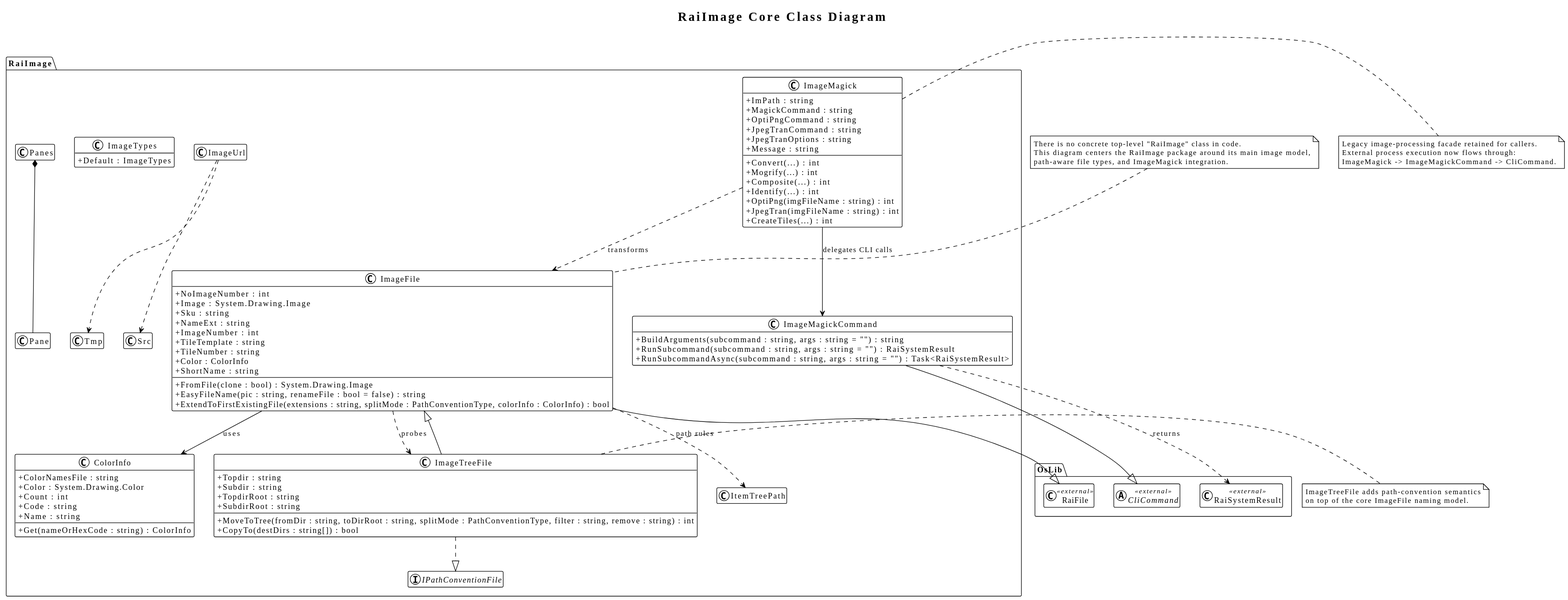
Earlier version of the PlantUML export RaiImageCD.svg (Burkhardt/RaiImage).
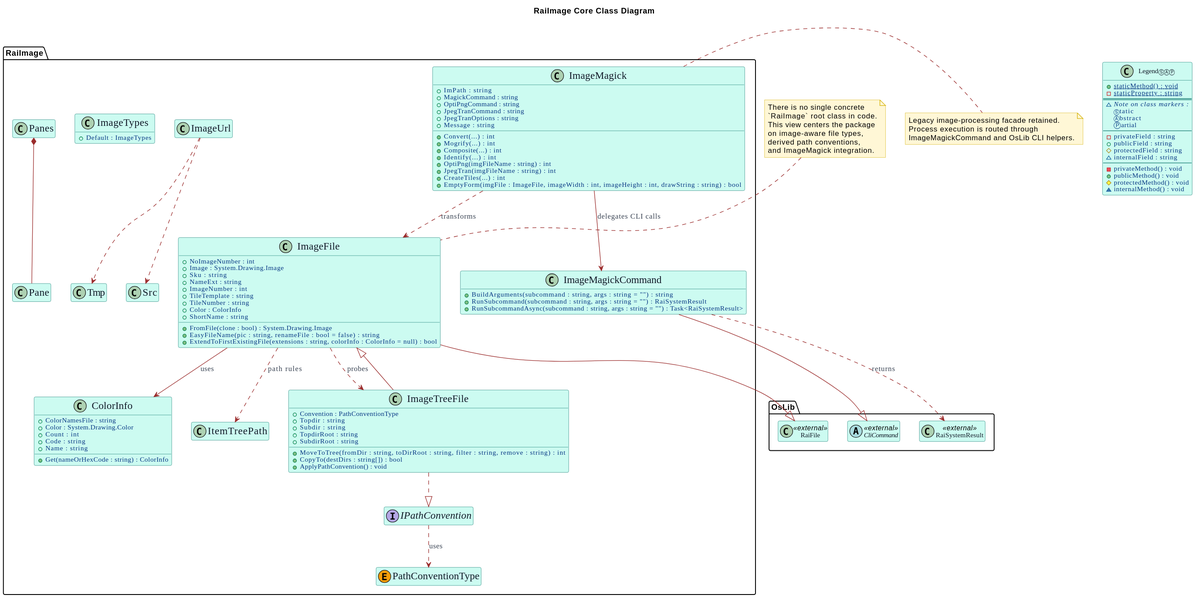
Above is the later version.

Commit message:
fix: stabilize ImageMagick temp-path handling and tests

Change to the diagram source:
```diff
@@ -1,12 +1,38 @@
 @startuml
-!theme plain
-skinparam classAttributeIconSize 0
-hide empty members
 
 title RaiImage Core Class Diagram
 
+skinparam backgroundColor white
+skinparam shadowing false
+skinparam DiagramFontName "Casual"
+skinparam DiagramFontSize 36
+skinparam ClassFontName "Casual"
+skinparam ClassFontSize 36
+skinparam ClassAttributeIconSize 10
+skinparam ClassAttributeFontName Casual
+skinparam ClassAttributeFontColor #053583
+skinparam ClassAttributeFontWeight normal
+skinparam ClassAttributeFontSize 12
+skinparam ClassMethodFontName "Casual"
+skinparam ClassMethodFontSize 12
+skinparam ClassMethodFontWeight 500
+skinparam ClassAttributeFontStyle normal
+skinparam ClassBorderColor #0f766e
+skinparam ClassBackgroundColor #ccfbf1
+skinparam ClassFontColor #111827
+skinparam EnumBorderColor #b45309
+skinparam EnumBackgroundColor #fef3c7
+skinparam EnumFontColor #7c2d12
+skinparam NoteBackgroundColor #fff7d6
+skinparam NoteBorderColor #d4b106
+skinparam ArrowColor #9b2c2c
+skinparam ArrowFontColor #374151
+skinparam ArrowFontName "Casual"
+
+hide empty members
+
 package "RaiImage" {
-	class ImageFile {
+	class "<size:18>ImageFile</size>" as ImageFile {
 		+NoImageNumber : int
 		+Image : System.Drawing.Image
 		+Sku : string
@@ -18,19 +44,21 @@
 		+ShortName : string
 		+FromFile(clone : bool) : System.Drawing.Image
 		+EasyFileName(pic : string, renameFile : bool = false) : string
-		+ExtendToFirstExistingFile(extensions : string, splitMode : PathConventionType, colorInfo : ColorInfo) : bool
+		+ExtendToFirstExistingFile(extensions : string, colorInfo : ColorInfo = null) : bool
 	}
 
-	class ImageTreeFile {
+	class "<size:18>ImageTreeFile</size>" as ImageTreeFile {
+		+Convention : PathConventionType
 		+Topdir : string
 		+Subdir : string
 		+TopdirRoot : string
 		+SubdirRoot : string
-		+MoveToTree(fromDir : string, toDirRoot : string, splitMode : PathConventionType, filter : string, remove : string) : int
+		+MoveToTree(fromDir : string, toDirRoot : string, filter : string, remove : string) : int
 		+CopyTo(destDirs : string[]) : bool
+		+ApplyPathConvention() : void
 	}
 
-	class ImageMagick {
+	class "<size:18>ImageMagick</size>" as ImageMagick {
 		+ImPath : string
 		+MagickCommand : string
 		+OptiPngCommand : string
@@ -44,15 +72,16 @@
 		+OptiPng(imgFileName : string) : int
 		+JpegTran(imgFileName : string) : int
 		+CreateTiles(...) : int
+		+EmptyForm(imgFile : ImageFile, imageWidth : int, imageHeight : int, drawString : string) : bool
 	}
 
-	class ImageMagickCommand {
+	class "<size:18>ImageMagickCommand</size>" as ImageMagickCommand {
 		+BuildArguments(subcommand : string, args : string = "") : string
 		+RunSubcommand(subcommand : string, args : string = "") : RaiSystemResult
 		+RunSubcommandAsync(subcommand : string, args : string = "") : Task<RaiSystemResult>
 	}
 
-	class ColorInfo {
+	class "<size:18>ColorInfo</size>" as ColorInfo {
 		+ColorNamesFile : string
 		+Color : System.Drawing.Color
 		+Count : int
@@ -61,28 +90,29 @@
 		+Get(nameOrHexCode : string) : ColorInfo
 	}
 
-	class ImageTypes {
+	class "<size:18>ImageTypes</size>" as ImageTypes {
 		+Default : ImageTypes
 	}
 
-	class Pane
-	class Panes
-	class Src
-	class Tmp
-	class ImageUrl
-	class ItemTreePath
-	interface IPathConventionFile
+	class "<size:18>Pane</size>" as Pane
+	class "<size:18>Panes</size>" as Panes
+	class "<size:18>Src</size>" as Src
+	class "<size:18>Tmp</size>" as Tmp
+	class "<size:18>ImageUrl</size>" as ImageUrl
+	class "<size:18>ItemTreePath</size>" as ItemTreePath
+	interface "<size:18>IPathConvention</size>" as IPathConvention
+	enum "<size:18>PathConventionType</size>" as PathConventionType << (E,#f59e0b) >>
 }
 
 package "OsLib" {
-	class RaiFile <<external>>
-	abstract class CliCommand <<external>>
-	class RaiSystemResult <<external>>
+	class "RaiFile" as RaiFile <<external>>
+	abstract class "CliCommand" as CliCommand <<external>>
+	class "RaiSystemResult" as RaiSystemResult <<external>>
 }
 
 ImageFile --|> RaiFile
 ImageTreeFile --|> ImageFile
-ImageTreeFile ..|> IPathConventionFile
+ImageTreeFile ..|> IPathConvention
 
 ImageFile --> ColorInfo : uses
 ImageFile ..> ImageTreeFile : probes
@@ -96,21 +126,40 @@
 ImageUrl ..> Src
 ImageUrl ..> Tmp
 Panes *-- Pane
+IPathConvention ..> PathConventionType : uses
+
+class "Legend<size:10>ⓈⒶⓅ</size>" as LegendSample {
+	+{static} staticMethod() : void
+	-{static} staticProperty : string
+	==
+	~<i>Note on class markers :</i>
+	<size:10>Ⓢ</size>tatic
+	<size:10>Ⓐ</size>bstract
+	Ⓟartial
+	--
+	- privateField : string
+	+ publicField : string
+	# protectedField : string
+	~ internalField : string
+	--
+	- privateMethod() : void
+	+ publicMethod() : void
+	# protectedMethod() : void
+	~ internalMethod() : void
+}
 
 note top of ImageFile
-	There is no concrete top-level "RaiImage" class in code.
-	This diagram centers the RaiImage package around its main image model,
-	path-aware file types, and ImageMagick integration.
+	There is no single concrete
+	`RaiImage` root class in code.
+	This view centers the package
+	on image-aware file types,
+	derived path conventions,
+	and ImageMagick integration.
 end note
 
 note right of ImageMagick
-	Legacy image-processing facade retained for callers.
-	External process execution now flows through:
-	ImageMagick -> ImageMagickCommand -> CliCommand.
-end note
-
-note right of ImageTreeFile
-	ImageTreeFile adds path-convention semantics
-	on top of the core ImageFile naming model.
+	Legacy image-processing facade retained.
+	Process execution is routed through
+	ImageMagickCommand and OsLib CLI helpers.
 end note
 @enduml
```
